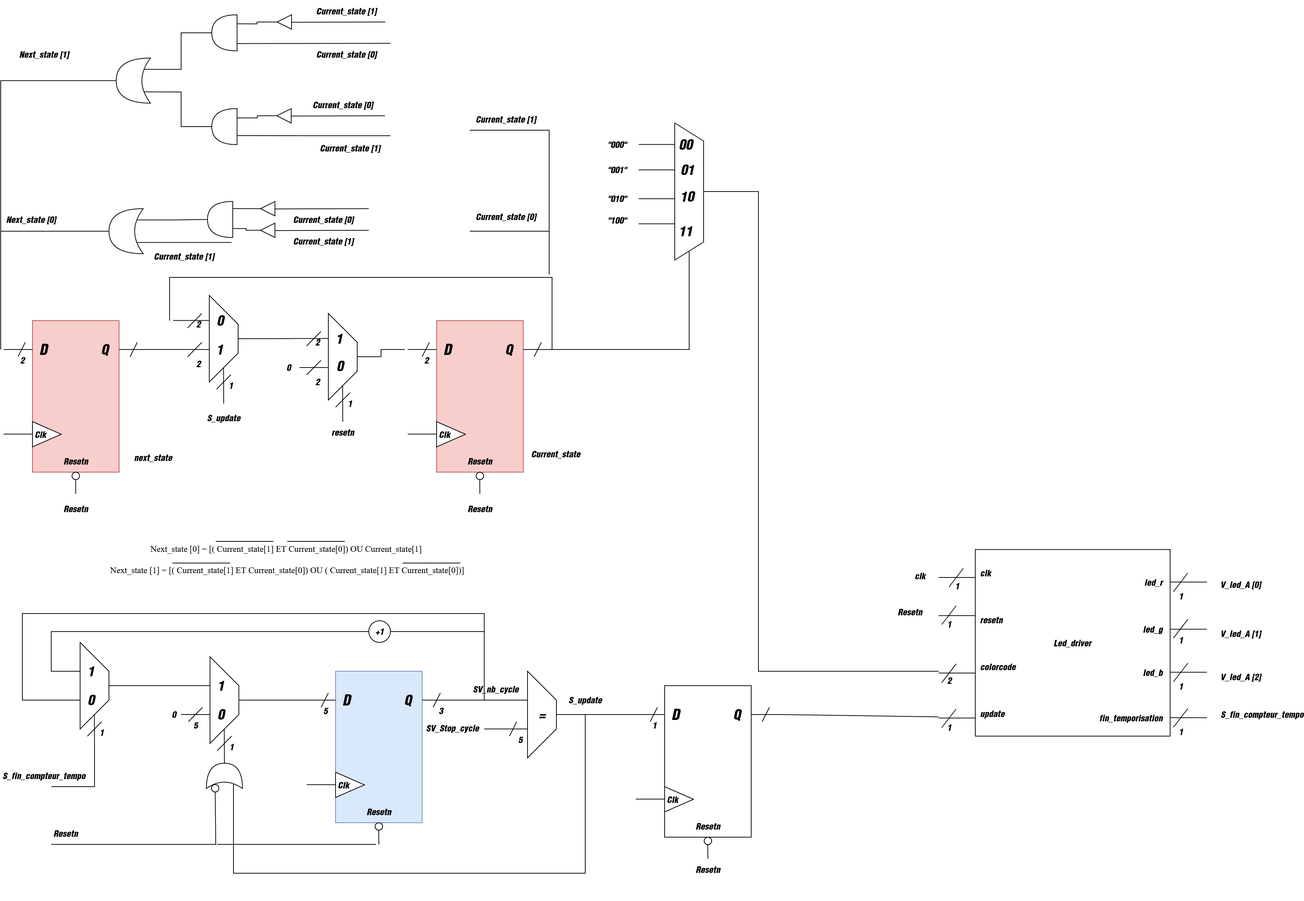
Before: TP5_Cross_clock_domain/TP5_Schema_RTL_Q1_2.png, a diagram exported from draw.io (Chombac/POEI_FPGA_CC). Source tidied: cells renumbered, new cells last; positions are measured from the earlier drawing's top-left corner, leaving out a move shared by most shapes.
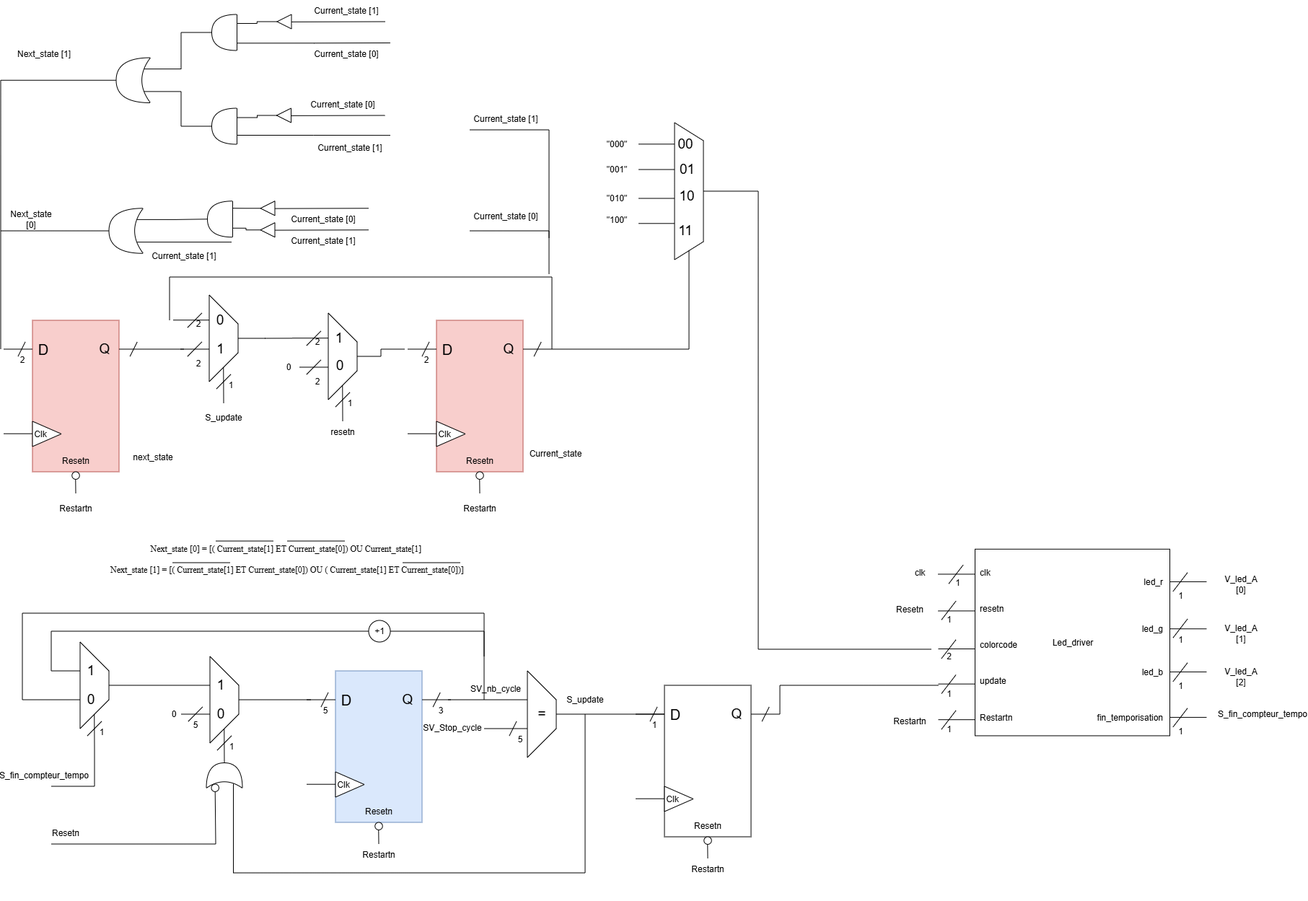
Above is the later version.

Diff of the diagram source:
```diff
@@ -18,73 +18,73 @@
       <mxGeometry x="1355.5" y="774.2" width="60" height="39" as="geometry" />
     </mxCell>
     <mxCell id="7" value="resetn" style="text;html=1;whiteSpace=wrap;strokeColor=none;fillColor=none;align=left;verticalAlign=middle;rounded=0;" parent="1" vertex="1">
-      <mxGeometry x="1355.5" y="839.2" width="60" height="39" as="geometry" />
+      <mxGeometry x="1355.5" y="825" width="60" height="39" as="geometry" />
     </mxCell>
     <mxCell id="8" value="colorcode" style="text;html=1;whiteSpace=wrap;strokeColor=none;fillColor=none;align=left;verticalAlign=middle;rounded=0;" parent="1" vertex="1">
-      <mxGeometry x="1355.5" y="904.2" width="60" height="39" as="geometry" />
+      <mxGeometry x="1355.5" y="875" width="60" height="39" as="geometry" />
     </mxCell>
     <mxCell id="9" value="update" style="text;html=1;whiteSpace=wrap;strokeColor=none;fillColor=none;align=left;verticalAlign=middle;rounded=0;" parent="1" vertex="1">
-      <mxGeometry x="1355.5" y="969.2" width="60" height="39" as="geometry" />
+      <mxGeometry x="1355.5" y="925" width="60" height="39" as="geometry" />
     </mxCell>
     <mxCell id="10" style="endArrow=none;html=1;rounded=0;entryX=1;entryY=0.5;entryDx=0;entryDy=0;" parent="1" edge="1">
       <mxGeometry relative="1" as="geometry">
-        <mxPoint x="1350.5" y="852.9" as="sourcePoint" />
-        <mxPoint x="1299.5" y="852.9" as="targetPoint" />
+        <mxPoint x="1350.5" y="846.9" as="sourcePoint" />
+        <mxPoint x="1299.5" y="846.9" as="targetPoint" />
       </mxGeometry>
     </mxCell>
     <mxCell id="11" style="endArrow=none;html=1;rounded=0;entryX=1;entryY=0.5;entryDx=0;entryDy=0;" parent="1" edge="1">
       <mxGeometry relative="1" as="geometry">
-        <mxPoint x="1350.5" y="800" as="sourcePoint" />
-        <mxPoint x="1299.5" y="800" as="targetPoint" />
+        <mxPoint x="1350.5" y="796" as="sourcePoint" />
+        <mxPoint x="1299.5" y="796" as="targetPoint" />
       </mxGeometry>
     </mxCell>
     <mxCell id="12" style="endArrow=none;html=1;rounded=0;entryX=1;entryY=0.5;entryDx=0;entryDy=0;" parent="1" edge="1">
       <mxGeometry relative="1" as="geometry">
-        <mxPoint x="1350.5" y="932.5" as="sourcePoint" />
-        <mxPoint x="1299.5" y="932.5" as="targetPoint" />
+        <mxPoint x="1350.5" y="899.5" as="sourcePoint" />
+        <mxPoint x="1299.5" y="899.5" as="targetPoint" />
       </mxGeometry>
     </mxCell>
     <mxCell id="13" value="1" style="text;html=1;whiteSpace=wrap;strokeColor=none;fillColor=none;align=center;verticalAlign=middle;rounded=0;" parent="1" vertex="1">
-      <mxGeometry x="1315.5" y="799.2" width="21" height="26" as="geometry" />
+      <mxGeometry x="1315.5" y="795.2" width="21" height="26" as="geometry" />
     </mxCell>
     <mxCell id="14" value="1" style="text;html=1;whiteSpace=wrap;strokeColor=none;fillColor=none;align=center;verticalAlign=middle;rounded=0;" parent="1" vertex="1">
-      <mxGeometry x="1304" y="852.2" width="21" height="26" as="geometry" />
+      <mxGeometry x="1304" y="846.2" width="21" height="26" as="geometry" />
     </mxCell>
     <mxCell id="15" value="2" style="text;html=1;whiteSpace=wrap;strokeColor=none;fillColor=none;align=center;verticalAlign=middle;rounded=0;" parent="1" vertex="1">
-      <mxGeometry x="1304" y="930.2" width="21" height="26" as="geometry" />
+      <mxGeometry x="1304" y="897.2" width="21" height="26" as="geometry" />
     </mxCell>
     <mxCell id="16" style="endArrow=none;html=1;rounded=0;" parent="1" edge="1">
       <mxGeometry relative="1" as="geometry">
-        <mxPoint x="1314" y="813.2" as="sourcePoint" />
-        <mxPoint x="1334" y="787.2" as="targetPoint" />
+        <mxPoint x="1314" y="809.2" as="sourcePoint" />
+        <mxPoint x="1334" y="783.2" as="targetPoint" />
       </mxGeometry>
     </mxCell>
     <mxCell id="17" style="endArrow=none;html=1;rounded=0;" parent="1" edge="1">
       <mxGeometry relative="1" as="geometry">
-        <mxPoint x="1304" y="865.2" as="sourcePoint" />
-        <mxPoint x="1324" y="839.2" as="targetPoint" />
+        <mxPoint x="1304" y="859.2" as="sourcePoint" />
+        <mxPoint x="1324" y="833.2" as="targetPoint" />
       </mxGeometry>
     </mxCell>
     <mxCell id="18" style="endArrow=none;html=1;rounded=0;" parent="1" edge="1">
       <mxGeometry relative="1" as="geometry">
-        <mxPoint x="1304" y="945.9" as="sourcePoint" />
-        <mxPoint x="1324" y="919.9" as="targetPoint" />
+        <mxPoint x="1304" y="912.9" as="sourcePoint" />
+        <mxPoint x="1324" y="886.9" as="targetPoint" />
       </mxGeometry>
     </mxCell>
     <mxCell id="19" style="endArrow=none;html=1;rounded=0;entryX=1;entryY=0.5;entryDx=0;entryDy=0;" parent="1" edge="1">
       <mxGeometry relative="1" as="geometry">
-        <mxPoint x="1350.5" y="994.9" as="sourcePoint" />
-        <mxPoint x="1299.5" y="994.9" as="targetPoint" />
+        <mxPoint x="1350.5" y="948.2" as="sourcePoint" />
+        <mxPoint x="1299.5" y="948.2" as="targetPoint" />
       </mxGeometry>
     </mxCell>
     <mxCell id="20" style="endArrow=none;html=1;rounded=0;" parent="1" edge="1">
       <mxGeometry relative="1" as="geometry">
-        <mxPoint x="1304" y="1008.2" as="sourcePoint" />
-        <mxPoint x="1324" y="982.2" as="targetPoint" />
+        <mxPoint x="1304" y="961.5" as="sourcePoint" />
+        <mxPoint x="1324" y="935.5" as="targetPoint" />
       </mxGeometry>
     </mxCell>
     <mxCell id="21" value="1" style="text;html=1;whiteSpace=wrap;strokeColor=none;fillColor=none;align=center;verticalAlign=middle;rounded=0;" parent="1" vertex="1">
-      <mxGeometry x="1304" y="995.2" width="21" height="26" as="geometry" />
+      <mxGeometry x="1304" y="948.5" width="21" height="26" as="geometry" />
     </mxCell>
     <mxCell id="22" style="group;" parent="1" vertex="1">
       <mxGeometry x="1552.5" y="787.2" width="119" height="52" as="geometry" />
@@ -170,7 +170,7 @@
       </mxGeometry>
     </mxCell>
     <mxCell id="42" style="group;" parent="1" vertex="1">
-      <mxGeometry x="424" y="930" width="216" height="260" as="geometry" />
+      <mxGeometry x="424" y="930" width="216" height="270" as="geometry" />
     </mxCell>
     <mxCell id="43" style="rounded=0;whiteSpace=wrap;html=1;fillColor=#dae8fc;strokeColor=#6c8ebf;" parent="42" vertex="1">
       <mxGeometry x="40" width="120" height="210" as="geometry" />
@@ -235,6 +235,9 @@
     <mxCell id="57" value="3" style="text;html=1;whiteSpace=wrap;strokeColor=none;fillColor=none;align=center;verticalAlign=middle;rounded=0;" parent="42" vertex="1">
       <mxGeometry x="156" y="40" width="60" height="30" as="geometry" />
     </mxCell>
+    <mxCell id="251" value="Restartn" style="text;html=1;whiteSpace=wrap;strokeColor=none;fillColor=none;align=center;verticalAlign=middle;rounded=0;" parent="42" vertex="1">
+      <mxGeometry x="70" y="240" width="60" height="30" as="geometry" />
+    </mxCell>
     <mxCell id="58" style="group;" parent="1" vertex="1">
       <mxGeometry x="250" y="930" width="120" height="130" as="geometry" />
     </mxCell>
@@ -448,12 +451,6 @@
     <mxCell id="101" style="shape=xor;whiteSpace=wrap;html=1;rotation=-90;" parent="1" vertex="1">
       <mxGeometry x="292.5" y="1050" width="35" height="50" as="geometry" />
     </mxCell>
-    <mxCell id="102" style="endArrow=none;html=1;rounded=0;" parent="1" edge="1">
-      <mxGeometry relative="1" as="geometry">
-        <mxPoint x="300" y="1170" as="sourcePoint" />
-        <mxPoint x="520" y="1170" as="targetPoint" />
-      </mxGeometry>
-    </mxCell>
     <mxCell id="103" style="endArrow=none;html=1;rounded=0;exitX=0.175;exitY=0.75;exitDx=0;exitDy=0;exitPerimeter=0;" parent="1" edge="1" source="101">
       <mxGeometry relative="1" as="geometry">
         <mxPoint x="810" y="990" as="targetPoint" />
@@ -541,9 +538,9 @@
     <mxCell id="122" value="Current_state" style="text;html=1;whiteSpace=wrap;strokeColor=none;fillColor=none;align=center;verticalAlign=middle;rounded=0;" parent="107" vertex="1">
       <mxGeometry x="165.2" y="170" width="60" height="30" as="geometry" />
     </mxCell>
-    <mxCell id="123" value="Resetn" style="text;html=1;whiteSpace=wrap;strokeColor=none;fillColor=none;align=center;verticalAlign=middle;rounded=0;" parent="107" vertex="1">
-      <mxGeometry x="60" y="246" width="60" height="30" as="geometry" />
-    </mxCell>
+    <mxCell id="252" value="Restartn" style="text;html=1;whiteSpace=wrap;strokeColor=none;fillColor=none;align=center;verticalAlign=middle;rounded=0;" parent="107" vertex="1">
+      <mxGeometry x="60" y="246" width="60" height="30" as="geometry" />
+    </mxCell>
     <mxCell id="124" style="group;" parent="1" vertex="1">
       <mxGeometry x="4" y="444" width="250" height="276" as="geometry" />
     </mxCell>
@@ -610,9 +607,9 @@
     <mxCell id="139" value="next_state" style="text;html=1;whiteSpace=wrap;strokeColor=none;fillColor=none;align=center;verticalAlign=middle;rounded=0;" parent="124" vertex="1">
       <mxGeometry x="177" y="175" width="60" height="30" as="geometry" />
     </mxCell>
-    <mxCell id="140" value="Resetn" style="text;html=1;whiteSpace=wrap;strokeColor=none;fillColor=none;align=center;verticalAlign=middle;rounded=0;" parent="124" vertex="1">
-      <mxGeometry x="70" y="246" width="60" height="30" as="geometry" />
-    </mxCell>
+    <mxCell id="253" value="Restartn" style="text;html=1;whiteSpace=wrap;strokeColor=none;fillColor=none;align=center;verticalAlign=middle;rounded=0;" parent="124" vertex="1">
+      <mxGeometry x="70" y="246" width="60" height="30" as="geometry" />
+    </mxCell>
     <mxCell id="141" style="endArrow=none;html=1;rounded=0;" parent="1" edge="1">
       <mxGeometry relative="1" as="geometry">
         <mxPoint x="308.8" y="509" as="sourcePoint" />
@@ -822,13 +819,16 @@
     <mxCell id="186" value="1" style="text;html=1;whiteSpace=wrap;strokeColor=none;fillColor=none;align=center;verticalAlign=middle;rounded=0;" parent="172" vertex="1">
       <mxGeometry x="-14" y="40" width="60" height="30" as="geometry" />
     </mxCell>
-    <mxCell id="187" value="Resetn" style="text;html=1;whiteSpace=wrap;strokeColor=none;fillColor=none;align=center;verticalAlign=middle;rounded=0;" parent="172" vertex="1">
-      <mxGeometry x="60" y="240" width="60" height="30" as="geometry" />
-    </mxCell>
+    <mxCell id="254" value="Restartn" style="text;html=1;whiteSpace=wrap;strokeColor=none;fillColor=none;align=center;verticalAlign=middle;rounded=0;" parent="172" vertex="1">
+      <mxGeometry x="60" y="240" width="60" height="30" as="geometry" />
+    </mxCell>
     <mxCell id="188" style="endArrow=none;html=1;rounded=0;" parent="1" edge="1">
       <mxGeometry relative="1" as="geometry">
         <mxPoint x="1080" y="990" as="sourcePoint" />
-        <mxPoint x="1299.5" y="993.2" as="targetPoint" />
+        <mxPoint x="1300" y="950" as="targetPoint" />
+        <Array as="points">
+          <mxPoint x="1080" y="950" />
+        </Array>
       </mxGeometry>
     </mxCell>
     <mxCell id="189" value="00" style="text;html=1;whiteSpace=wrap;strokeColor=none;fillColor=none;align=center;verticalAlign=middle;rounded=0;fontSize=19;" parent="1" vertex="1">
@@ -895,15 +895,15 @@
     </mxCell>
     <mxCell id="204" style="endArrow=none;html=1;rounded=0;entryX=0.5;entryY=0;entryDx=0;entryDy=0;" parent="1" edge="1" target="190">
       <mxGeometry relative="1" as="geometry">
-        <mxPoint x="1300" y="930" as="sourcePoint" />
+        <mxPoint x="1290" y="900" as="sourcePoint" />
         <Array as="points">
-          <mxPoint x="1050" y="930" />
+          <mxPoint x="1050" y="900" />
           <mxPoint x="1050" y="265" />
         </Array>
       </mxGeometry>
     </mxCell>
     <mxCell id="205" value="Resetn" style="text;html=1;whiteSpace=wrap;strokeColor=none;fillColor=none;align=center;verticalAlign=middle;rounded=0;" parent="1" vertex="1">
-      <mxGeometry x="1230" y="832.8" width="60" height="30" as="geometry" />
+      <mxGeometry x="1230" y="829.5" width="60" height="30" as="geometry" />
     </mxCell>
     <mxCell id="206" style="group;" parent="1" vertex="1">
       <mxGeometry x="82" y="750" width="630" height="40" as="geometry" />
@@ -1092,7 +1092,28 @@
       <mxGeometry x="434" y="190" width="100" height="30" as="geometry" />
     </mxCell>
     <mxCell id="250" value="clk" style="text;html=1;whiteSpace=wrap;strokeColor=none;fillColor=none;align=center;verticalAlign=middle;rounded=0;" parent="1" vertex="1">
-      <mxGeometry x="1244" y="783.2" width="60" height="30" as="geometry" />
+      <mxGeometry x="1244" y="779.2" width="60" height="30" as="geometry" />
     </mxCell>
+    <mxCell id="255" value="Restartn" style="text;html=1;whiteSpace=wrap;strokeColor=none;fillColor=none;align=left;verticalAlign=middle;rounded=0;" parent="1" vertex="1">
+      <mxGeometry x="1355.5" y="980.5" width="60" height="29" as="geometry" />
+    </mxCell>
+    <mxCell id="256" style="endArrow=none;html=1;rounded=0;entryX=1;entryY=0.5;entryDx=0;entryDy=0;" parent="1" edge="1">
+      <mxGeometry relative="1" as="geometry">
+        <mxPoint x="1350.5" y="997.7" as="sourcePoint" />
+        <mxPoint x="1299.5" y="997.7" as="targetPoint" />
+      </mxGeometry>
+    </mxCell>
+    <mxCell id="257" style="endArrow=none;html=1;rounded=0;" parent="1" edge="1">
+      <mxGeometry relative="1" as="geometry">
+        <mxPoint x="1304" y="1011" as="sourcePoint" />
+        <mxPoint x="1324" y="985" as="targetPoint" />
+      </mxGeometry>
+    </mxCell>
+    <mxCell id="258" value="1" style="text;html=1;whiteSpace=wrap;strokeColor=none;fillColor=none;align=center;verticalAlign=middle;rounded=0;" parent="1" vertex="1">
+      <mxGeometry x="1304" y="998" width="21" height="26" as="geometry" />
+    </mxCell>
+    <mxCell id="259" value="Restartn" style="text;html=1;whiteSpace=wrap;strokeColor=none;fillColor=none;align=center;verticalAlign=middle;rounded=0;" parent="1" vertex="1">
+      <mxGeometry x="1230" y="985" width="60" height="30" as="geometry" />
+    </mxCell>
   </root>
 </mxGraphModel>
```
